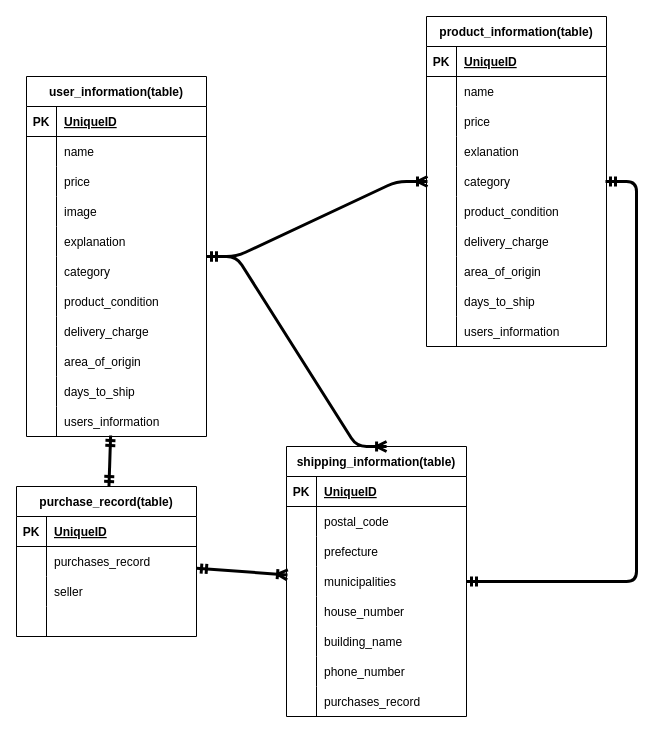
Earlier version of the draw.io diagram furima.dio (nemuo1208/furima-40138). Source tidied: cells renumbered, new cells numbered last; positions are measured from the earlier drawing's top-left corner, leaving out a move shared by most shapes. Both pictures are drawn from the tidied source at 100%, with x=0, y=0 at pixel (16, 16).
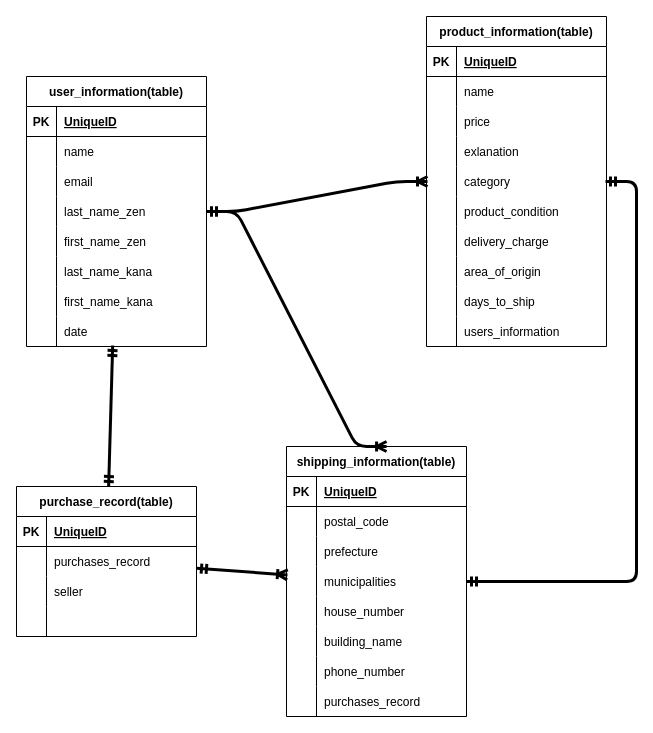
The same diagram, later.

Commit message (it also covers changes not shown here):
データーベース４

The change refers to these unchanged cells:
```xml
<mxCell id="9" style="shape=tableRow;horizontal=0;startSize=0;swimlaneHead=0;swimlaneBody=0;fillColor=none;top=0;left=0;right=0;bottom=0;" parent="2" vertex="1">
  <mxGeometry y="90" width="180" height="30" as="geometry" />
</mxCell>
<mxCell id="12" style="shape=tableRow;horizontal=0;startSize=0;swimlaneHead=0;swimlaneBody=0;fillColor=none;top=0;left=0;right=0;bottom=0;" parent="2" vertex="1">
  <mxGeometry y="120" width="180" height="30" as="geometry" />
</mxCell>
<mxCell id="15" style="shape=tableRow;horizontal=0;startSize=0;swimlaneHead=0;swimlaneBody=0;fillColor=none;top=0;left=0;right=0;bottom=0;" parent="2" vertex="1">
  <mxGeometry y="150" width="180" height="30" as="geometry" />
</mxCell>
<mxCell id="18" style="shape=tableRow;horizontal=0;startSize=0;swimlaneHead=0;swimlaneBody=0;fillColor=none;top=0;left=0;right=0;bottom=0;" parent="2" vertex="1">
  <mxGeometry y="180" width="180" height="30" as="geometry" />
</mxCell>
<mxCell id="21" style="shape=tableRow;horizontal=0;startSize=0;swimlaneHead=0;swimlaneBody=0;fillColor=none;top=0;left=0;right=0;bottom=0;" parent="2" vertex="1">
  <mxGeometry y="210" width="180" height="30" as="geometry" />
</mxCell>
<mxCell id="24" style="shape=tableRow;horizontal=0;startSize=0;swimlaneHead=0;swimlaneBody=0;fillColor=none;top=0;left=0;right=0;bottom=0;" parent="2" vertex="1">
  <mxGeometry y="240" width="180" height="30" as="geometry" />
</mxCell>
```

Diff of the diagram source:
```diff
@@
     <mxCell id="2" value="user_information(table)" style="shape=table;startSize=30;childLayout=tableLayout;rowLines=0;fontStyle=1;align=center;verticalAlign=middle;" parent="1" vertex="1">
-      <mxGeometry x="10" y="60" width="180" height="360" as="geometry" />
+      <mxGeometry x="10" y="60" width="180" height="270" as="geometry" />
     </mxCell>
@@
-    <mxCell id="11" value="price" style="shape=partialRectangle;fillColor=none;top=0;left=0;bottom=0;right=0;align=left;spacingLeft=6;overflow=hidden;" parent="9" vertex="1">
+    <mxCell id="11" value="email " style="shape=partialRectangle;fillColor=none;top=0;left=0;bottom=0;right=0;align=left;spacingLeft=6;overflow=hidden;" parent="9" vertex="1">
       <mxGeometry x="30" width="150" height="30" as="geometry" />
     </mxCell>
@@
-    <mxCell id="14" value="image" style="shape=partialRectangle;fillColor=none;top=0;left=0;bottom=0;right=0;align=left;spacingLeft=6;overflow=hidden;verticalAlign=middle;" parent="12" vertex="1">
+    <mxCell id="14" value="last_name_zen    " style="shape=partialRectangle;fillColor=none;top=0;left=0;bottom=0;right=0;align=left;spacingLeft=6;overflow=hidden;verticalAlign=middle;" parent="12" vertex="1">
       <mxGeometry x="30" width="150" height="30" as="geometry" />
     </mxCell>
@@
-    <mxCell id="17" value="explanation" style="shape=partialRectangle;fillColor=none;top=0;left=0;bottom=0;right=0;align=left;spacingLeft=6;overflow=hidden;verticalAlign=middle;" parent="15" vertex="1">
+    <mxCell id="17" value="first_name_zen" style="shape=partialRectangle;fillColor=none;top=0;left=0;bottom=0;right=0;align=left;spacingLeft=6;overflow=hidden;verticalAlign=middle;" parent="15" vertex="1">
       <mxGeometry x="30" width="150" height="30" as="geometry" />
     </mxCell>
@@
-    <mxCell id="20" value="category  " style="shape=partialRectangle;fillColor=none;top=0;left=0;bottom=0;right=0;align=left;spacingLeft=6;overflow=hidden;verticalAlign=middle;" parent="18" vertex="1">
+    <mxCell id="20" value="last_name_kana" style="shape=partialRectangle;fillColor=none;top=0;left=0;bottom=0;right=0;align=left;spacingLeft=6;overflow=hidden;verticalAlign=middle;" parent="18" vertex="1">
       <mxGeometry x="30" width="150" height="30" as="geometry" />
     </mxCell>
@@
-    <mxCell id="23" value="product_condition" style="shape=partialRectangle;fillColor=none;top=0;left=0;bottom=0;right=0;align=left;spacingLeft=6;overflow=hidden;verticalAlign=middle;" parent="21" vertex="1">
+    <mxCell id="23" value="first_name_kana" style="shape=partialRectangle;fillColor=none;top=0;left=0;bottom=0;right=0;align=left;spacingLeft=6;overflow=hidden;verticalAlign=middle;" parent="21" vertex="1">
       <mxGeometry x="30" width="150" height="30" as="geometry" />
     </mxCell>
@@
-    <mxCell id="26" value="delivery_charge" style="shape=partialRectangle;fillColor=none;top=0;left=0;bottom=0;right=0;align=left;spacingLeft=6;overflow=hidden;verticalAlign=middle;" parent="24" vertex="1">
+    <mxCell id="26" value="date" style="shape=partialRectangle;fillColor=none;top=0;left=0;bottom=0;right=0;align=left;spacingLeft=6;overflow=hidden;verticalAlign=middle;" parent="24" vertex="1">
       <mxGeometry x="30" width="150" height="30" as="geometry" />
     </mxCell>
-    <mxCell id="27" style="shape=tableRow;horizontal=0;startSize=0;swimlaneHead=0;swimlaneBody=0;fillColor=none;top=0;left=0;right=0;bottom=0;" parent="2" vertex="1">
-      <mxGeometry y="270" width="180" height="30" as="geometry" />
-    </mxCell>
-    <mxCell id="28" style="shape=partialRectangle;fillColor=none;top=0;left=0;bottom=0;right=0;overflow=hidden;" parent="27" vertex="1">
-      <mxGeometry width="30" height="30" as="geometry" />
-    </mxCell>
-    <mxCell id="29" value="area_of_origin" style="shape=partialRectangle;fillColor=none;top=0;left=0;bottom=0;right=0;align=left;spacingLeft=6;overflow=hidden;verticalAlign=middle;" parent="27" vertex="1">
-      <mxGeometry x="30" width="150" height="30" as="geometry" />
-    </mxCell>
-    <mxCell id="30" style="shape=tableRow;horizontal=0;startSize=0;swimlaneHead=0;swimlaneBody=0;fillColor=none;top=0;left=0;right=0;bottom=0;" parent="2" vertex="1">
-      <mxGeometry y="300" width="180" height="30" as="geometry" />
-    </mxCell>
-    <mxCell id="31" style="shape=partialRectangle;fillColor=none;top=0;left=0;bottom=0;right=0;overflow=hidden;" parent="30" vertex="1">
-      <mxGeometry width="30" height="30" as="geometry" />
-    </mxCell>
-    <mxCell id="32" value="days_to_ship      " style="shape=partialRectangle;fillColor=none;top=0;left=0;bottom=0;right=0;align=left;spacingLeft=6;overflow=hidden;verticalAlign=middle;" parent="30" vertex="1">
-      <mxGeometry x="30" width="150" height="30" as="geometry" />
-    </mxCell>
-    <mxCell id="33" style="shape=tableRow;horizontal=0;startSize=0;swimlaneHead=0;swimlaneBody=0;fillColor=none;top=0;left=0;right=0;bottom=0;" parent="2" vertex="1">
-      <mxGeometry y="330" width="180" height="30" as="geometry" />
-    </mxCell>
-    <mxCell id="34" style="shape=partialRectangle;fillColor=none;top=0;left=0;bottom=0;right=0;overflow=hidden;" parent="33" vertex="1">
-      <mxGeometry width="30" height="30" as="geometry" />
-    </mxCell>
-    <mxCell id="35" value="users_information" style="shape=partialRectangle;fillColor=none;top=0;left=0;bottom=0;right=0;align=left;spacingLeft=6;overflow=hidden;verticalAlign=middle;" parent="33" vertex="1">
-      <mxGeometry x="30" width="150" height="30" as="geometry" />
-    </mxCell>
```
